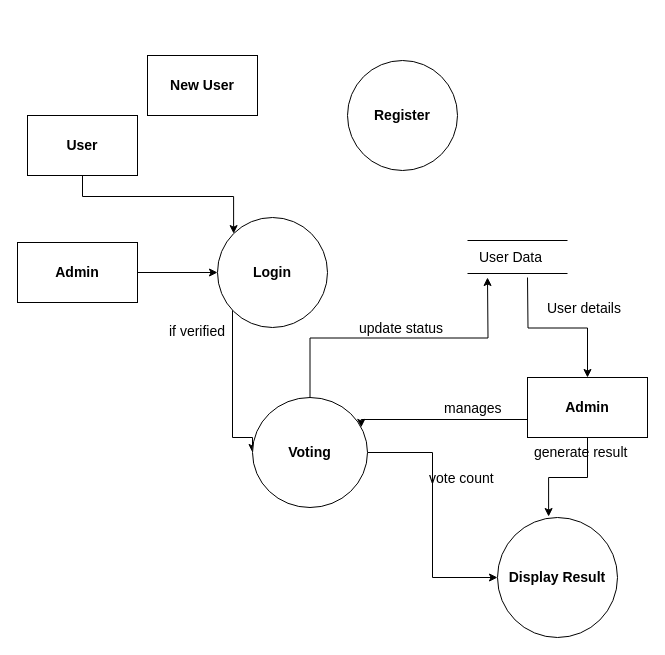
Earlier version of the draw.io diagram page "Page-1" (1 of 2) of DFD 1 new.drawio (matic14/BLockVote-UML-Diagram). Source tidied: cells renumbered, new cells numbered last; positions are measured from the earlier drawing's top-left corner, leaving out a move shared by most shapes. Both pictures are drawn from the tidied source at 100%, with x=0, y=0 at pixel (17, 55).
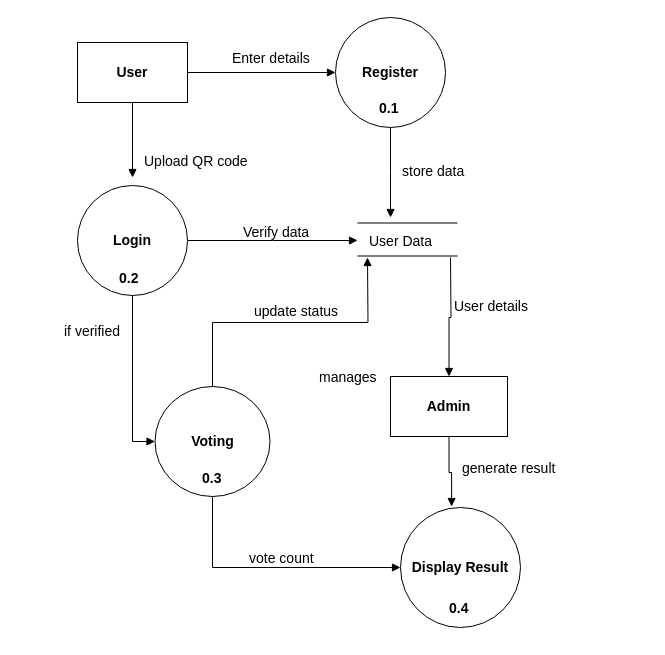
The same page after the edit.

Diff of the diagram source:
```diff
@@
-    <mxCell id="2" style="edgeStyle=orthogonalEdgeStyle;rounded=0;jettySize=auto;html=1;exitX=0.5;exitY=1;exitDx=0;exitDy=0;entryX=0;entryY=0;entryDx=0;entryDy=0;fontSize=14;" parent="1" edge="1" source="3" target="8">
-      <mxGeometry relative="1" as="geometry" />
+    <mxCell id="2" style="edgeStyle=orthogonalEdgeStyle;rounded=0;jettySize=auto;html=1;exitX=0.5;exitY=1;exitDx=0;exitDy=0;fontSize=14;endArrow=block;endFill=1;" parent="1" edge="1" source="3">
+      <mxGeometry relative="1" as="geometry">
+        <mxPoint x="115" y="122" as="targetPoint" />
+      </mxGeometry>
     </mxCell>
+    <mxCell id="26" style="edgeStyle=orthogonalEdgeStyle;rounded=0;jettySize=auto;html=1;exitX=1;exitY=0.5;exitDx=0;exitDy=0;entryX=0;entryY=0.5;entryDx=0;entryDy=0;endArrow=block;endFill=1;" parent="1" edge="1" source="3" target="25">
+      <mxGeometry relative="1" as="geometry" />
+    </mxCell>
     <mxCell id="3" value="&lt;font size=&quot;1&quot;&gt;&lt;b style=&quot;font-size: 14px&quot;&gt;User&lt;/b&gt;&lt;/font&gt;" style="rounded=0;whiteSpace=wrap;html=1;" parent="1" vertex="1">
-      <mxGeometry x="10" y="60" width="110" height="60" as="geometry" />
+      <mxGeometry x="60" y="-13" width="110" height="60" as="geometry" />
     </mxCell>
-    <mxCell id="4" style="edgeStyle=orthogonalEdgeStyle;rounded=0;jettySize=auto;html=1;exitX=0;exitY=0.5;exitDx=0;exitDy=0;entryX=0.945;entryY=0.272;entryDx=0;entryDy=0;entryPerimeter=0;fontSize=14;" parent="1" edge="1" source="6" target="11">
-      <mxGeometry relative="1" as="geometry">
-        <Array as="points">
-          <mxPoint x="510" y="364" />
-        </Array>
-      </mxGeometry>
-    </mxCell>
-    <mxCell id="5" style="edgeStyle=orthogonalEdgeStyle;rounded=0;jettySize=auto;html=1;entryX=0.426;entryY=-0.008;entryDx=0;entryDy=0;entryPerimeter=0;fontSize=14;" parent="1" edge="1" source="6" target="12">
-      <mxGeometry relative="1" as="geometry" />
+    <mxCell id="5" style="edgeStyle=orthogonalEdgeStyle;rounded=0;jettySize=auto;html=1;entryX=0.426;entryY=-0.008;entryDx=0;entryDy=0;entryPerimeter=0;fontSize=14;endArrow=block;endFill=1;" parent="1" edge="1" source="6" target="12">
+      <mxGeometry relative="1" as="geometry">
+        <Array as="points">
+          <mxPoint x="432" y="417" />
+          <mxPoint x="434" y="417" />
+        </Array>
+      </mxGeometry>
     </mxCell>
     <mxCell id="6" value="&lt;font size=&quot;1&quot;&gt;&lt;b style=&quot;font-size: 14px&quot;&gt;Admin&lt;/b&gt;&lt;/font&gt;" style="rounded=0;whiteSpace=wrap;html=1;" parent="1" vertex="1">
-      <mxGeometry x="510" y="322" width="120" height="60" as="geometry" />
+      <mxGeometry x="373" y="321" width="117" height="60" as="geometry" />
     </mxCell>
-    <mxCell id="7" style="edgeStyle=orthogonalEdgeStyle;rounded=0;jettySize=auto;html=1;fontSize=14;entryX=0;entryY=0.5;entryDx=0;entryDy=0;" parent="1" edge="1" source="8" target="11">
+    <mxCell id="7" style="edgeStyle=orthogonalEdgeStyle;rounded=0;jettySize=auto;html=1;fontSize=14;entryX=0;entryY=0.5;entryDx=0;entryDy=0;endArrow=block;endFill=1;" parent="1" edge="1" source="8" target="11">
       <mxGeometry relative="1" as="geometry">
         <Array as="points">
-          <mxPoint x="215" y="382" />
+          <mxPoint x="115" y="386" />
         </Array>
       </mxGeometry>
     </mxCell>
+    <mxCell id="27" style="edgeStyle=orthogonalEdgeStyle;rounded=0;jettySize=auto;html=1;endArrow=block;endFill=1;" parent="1" edge="1" source="8">
+      <mxGeometry relative="1" as="geometry">
+        <mxPoint x="340" y="185" as="targetPoint" />
+      </mxGeometry>
+    </mxCell>
     <mxCell id="8" value="Login" style="ellipse;whiteSpace=wrap;html=1;fontStyle=1;fontSize=14;" parent="1" vertex="1">
-      <mxGeometry x="200" y="162" width="110" height="110" as="geometry" />
+      <mxGeometry x="60" y="130" width="110" height="110" as="geometry" />
     </mxCell>
-    <mxCell id="9" style="edgeStyle=orthogonalEdgeStyle;rounded=0;jettySize=auto;html=1;fontSize=14;entryX=0;entryY=0.5;entryDx=0;entryDy=0;" parent="1" edge="1" source="11" target="12">
+    <mxCell id="9" style="edgeStyle=orthogonalEdgeStyle;rounded=0;jettySize=auto;html=1;fontSize=14;entryX=0;entryY=0.5;entryDx=0;entryDy=0;exitX=0.5;exitY=1;exitDx=0;exitDy=0;endArrow=block;endFill=1;" parent="1" edge="1" source="11" target="12">
       <mxGeometry relative="1" as="geometry" />
     </mxCell>
-    <mxCell id="10" style="edgeStyle=orthogonalEdgeStyle;rounded=0;jettySize=auto;html=1;exitX=0.5;exitY=0;exitDx=0;exitDy=0;fontSize=14;" parent="1" edge="1" source="11">
+    <mxCell id="10" style="edgeStyle=orthogonalEdgeStyle;rounded=0;jettySize=auto;html=1;exitX=0.5;exitY=0;exitDx=0;exitDy=0;fontSize=14;endArrow=block;endFill=1;" parent="1" edge="1" source="11">
       <mxGeometry relative="1" as="geometry">
-        <mxPoint x="470" y="222" as="targetPoint" />
+        <mxPoint x="350" y="202" as="targetPoint" />
       </mxGeometry>
     </mxCell>
     <mxCell id="11" value="Voting" style="ellipse;whiteSpace=wrap;html=1;fontStyle=1;fontSize=14;" parent="1" vertex="1">
-      <mxGeometry x="235" y="342" width="115" height="110" as="geometry" />
+      <mxGeometry x="137.5" y="331" width="115" height="110" as="geometry" />
     </mxCell>
     <mxCell id="12" value="Display Result" style="ellipse;whiteSpace=wrap;html=1;fontStyle=1;fontSize=14;" parent="1" vertex="1">
-      <mxGeometry x="480" y="462" width="120" height="120" as="geometry" />
+      <mxGeometry x="383" y="452" width="120" height="120" as="geometry" />
     </mxCell>
     <mxCell id="13" style="shape=link;html=1;fontSize=14;width=33;" parent="1" edge="1">
       <mxGeometry relative="1" as="geometry">
-        <mxPoint x="450" y="201.5" as="sourcePoint" />
-        <mxPoint x="550" y="201.5" as="targetPoint" />
+        <mxPoint x="340" y="184" as="sourcePoint" />
+        <mxPoint x="440" y="184" as="targetPoint" />
       </mxGeometry>
     </mxCell>
-    <mxCell id="14" style="edgeStyle=orthogonalEdgeStyle;rounded=0;jettySize=auto;html=1;entryX=0.5;entryY=0;entryDx=0;entryDy=0;fontSize=14;" parent="1" edge="1" target="6">
+    <mxCell id="14" style="edgeStyle=orthogonalEdgeStyle;rounded=0;jettySize=auto;html=1;entryX=0.5;entryY=0;entryDx=0;entryDy=0;fontSize=14;endArrow=block;endFill=1;" parent="1" edge="1" target="6">
       <mxGeometry relative="1" as="geometry">
-        <mxPoint x="510" y="222" as="sourcePoint" />
+        <mxPoint x="433" y="202" as="sourcePoint" />
       </mxGeometry>
     </mxCell>
     <mxCell id="15" value="User Data" style="text;html=1;align=left;verticalAlign=top;spacingTop=-4;fontSize=14;" parent="1" vertex="1">
-      <mxGeometry x="460" y="191" width="80" height="20" as="geometry" />
+      <mxGeometry x="350" y="175" width="80" height="20" as="geometry" />
     </mxCell>
     <mxCell id="16" value="vote count" style="text;html=1;align=left;verticalAlign=top;spacingTop=-4;fontSize=14;" parent="1" vertex="1">
-      <mxGeometry x="410" y="412" width="80" height="20" as="geometry" />
+      <mxGeometry x="230" y="492" width="80" height="20" as="geometry" />
     </mxCell>
     <mxCell id="17" value="if verified" style="text;html=1;align=left;verticalAlign=top;spacingTop=-4;fontSize=14;" parent="1" vertex="1">
-      <mxGeometry x="150" y="265" width="70" height="20" as="geometry" />
+      <mxGeometry x="45" y="265" width="70" height="20" as="geometry" />
     </mxCell>
     <mxCell id="18" value="manages" style="text;html=1;align=left;verticalAlign=top;spacingTop=-4;fontSize=14;" parent="1" vertex="1">
-      <mxGeometry x="425" y="342" width="70" height="20" as="geometry" />
+      <mxGeometry x="300" y="311" width="70" height="20" as="geometry" />
     </mxCell>
     <mxCell id="19" value="generate result" style="text;html=1;align=left;verticalAlign=top;spacingTop=-4;fontSize=14;" parent="1" vertex="1">
-      <mxGeometry x="515" y="386" width="110" height="20" as="geometry" />
+      <mxGeometry x="443" y="402" width="110" height="20" as="geometry" />
     </mxCell>
     <mxCell id="20" value="User details" style="text;html=1;align=left;verticalAlign=top;spacingTop=-4;fontSize=14;" parent="1" vertex="1">
-      <mxGeometry x="528" y="242" width="90" height="20" as="geometry" />
+      <mxGeometry x="435" y="240" width="90" height="20" as="geometry" />
     </mxCell>
     <mxCell id="21" value="update status" style="text;html=1;align=left;verticalAlign=top;spacingTop=-4;fontSize=14;" parent="1" vertex="1">
-      <mxGeometry x="340" y="262" width="100" height="20" as="geometry" />
+      <mxGeometry x="235" y="245" width="100" height="20" as="geometry" />
     </mxCell>
-    <mxCell id="22" style="edgeStyle=orthogonalEdgeStyle;rounded=0;jettySize=auto;html=1;entryX=0;entryY=0.5;entryDx=0;entryDy=0;" parent="1" edge="1" source="23" target="8">
-      <mxGeometry relative="1" as="geometry" />
-    </mxCell>
-    <mxCell id="23" value="&lt;font size=&quot;1&quot;&gt;&lt;b style=&quot;font-size: 14px&quot;&gt;Admin&lt;/b&gt;&lt;/font&gt;" style="rounded=0;whiteSpace=wrap;html=1;" parent="1" vertex="1">
-      <mxGeometry y="187" width="120" height="60" as="geometry" />
-    </mxCell>
-    <mxCell id="24" value="&lt;font size=&quot;1&quot;&gt;&lt;b style=&quot;font-size: 14px&quot;&gt;New User&lt;/b&gt;&lt;/font&gt;" style="rounded=0;whiteSpace=wrap;html=1;" parent="1" vertex="1">
-      <mxGeometry x="130" width="110" height="60" as="geometry" />
-    </mxCell>
+    <mxCell id="28" style="edgeStyle=orthogonalEdgeStyle;rounded=0;jettySize=auto;html=1;exitX=0.5;exitY=1;exitDx=0;exitDy=0;endArrow=block;endFill=1;" parent="1" edge="1" source="25">
+      <mxGeometry relative="1" as="geometry">
+        <mxPoint x="373" y="162" as="targetPoint" />
+      </mxGeometry>
+    </mxCell>
     <mxCell id="25" value="Register" style="ellipse;whiteSpace=wrap;html=1;fontStyle=1;fontSize=14;" parent="1" vertex="1">
-      <mxGeometry x="330" y="5" width="110" height="110" as="geometry" />
+      <mxGeometry x="318" y="-38" width="110" height="110" as="geometry" />
     </mxCell>
+    <mxCell id="29" value="&lt;font style=&quot;font-size: 14px&quot;&gt;Upload QR code&amp;nbsp;&lt;/font&gt;" style="text;html=1;align=left;verticalAlign=top;spacingTop=-4;" parent="1" vertex="1">
+      <mxGeometry x="125" y="94.5" width="120" height="20" as="geometry" />
+    </mxCell>
+    <mxCell id="30" value="&lt;font style=&quot;font-size: 14px&quot;&gt;Enter details&lt;/font&gt;" style="text;html=1;align=left;verticalAlign=top;spacingTop=-4;" parent="1" vertex="1">
+      <mxGeometry x="212.5" y="-8" width="90" height="20" as="geometry" />
+    </mxCell>
+    <mxCell id="31" value="&lt;font style=&quot;font-size: 14px&quot;&gt;store data&lt;/font&gt;" style="text;html=1;align=left;verticalAlign=top;spacingTop=-4;" parent="1" vertex="1">
+      <mxGeometry x="383" y="104.5" width="80" height="20" as="geometry" />
+    </mxCell>
+    <mxCell id="32" value="&lt;font style=&quot;font-size: 14px&quot;&gt;Verify data&lt;/font&gt;" style="text;html=1;align=left;verticalAlign=top;spacingTop=-4;" parent="1" vertex="1">
+      <mxGeometry x="224" y="166" width="80" height="20" as="geometry" />
+    </mxCell>
+    <mxCell id="33" value="&lt;font style=&quot;font-size: 14px&quot;&gt;&lt;b&gt;0.2&lt;/b&gt;&lt;/font&gt;" style="text;html=1;align=left;verticalAlign=top;spacingTop=-4;" parent="1" vertex="1">
+      <mxGeometry x="100" y="212" width="30" height="20" as="geometry" />
+    </mxCell>
+    <mxCell id="34" value="&lt;font style=&quot;font-size: 14px&quot;&gt;&lt;b&gt;0.1&lt;/b&gt;&lt;/font&gt;" style="text;html=1;align=left;verticalAlign=top;spacingTop=-4;" parent="1" vertex="1">
+      <mxGeometry x="360" y="42" width="30" height="20" as="geometry" />
+    </mxCell>
+    <mxCell id="35" value="&lt;font style=&quot;font-size: 14px&quot;&gt;&lt;b&gt;0.4&lt;/b&gt;&lt;/font&gt;" style="text;html=1;align=left;verticalAlign=top;spacingTop=-4;" parent="1" vertex="1">
+      <mxGeometry x="430" y="542" width="30" height="20" as="geometry" />
+    </mxCell>
+    <mxCell id="36" value="&lt;font style=&quot;font-size: 14px&quot;&gt;&lt;b&gt;0.3&lt;/b&gt;&lt;/font&gt;" style="text;html=1;align=left;verticalAlign=top;spacingTop=-4;" parent="1" vertex="1">
+      <mxGeometry x="182.5" y="412" width="30" height="20" as="geometry" />
+    </mxCell>
```
